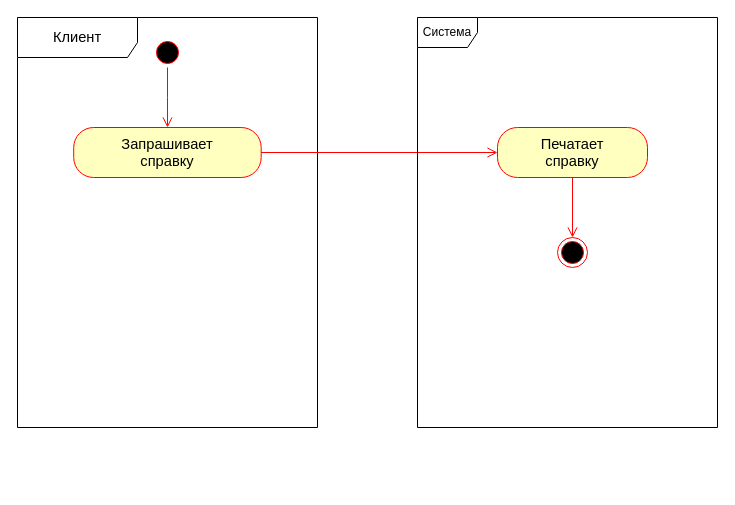
Before: page "Распечатать справку" (3 of 5) of папс/Банкомат/Банкомат Активность.drawio in KvoERR/pnrpu-3rd-year, a draw.io diagram. Source tidied: cells renumbered, new cells numbered last; positions are measured from the earlier drawing's top-left corner, leaving out a move shared by most shapes. Both pictures are drawn from the tidied source at 100%, with x=0, y=0 at pixel (17, 17).
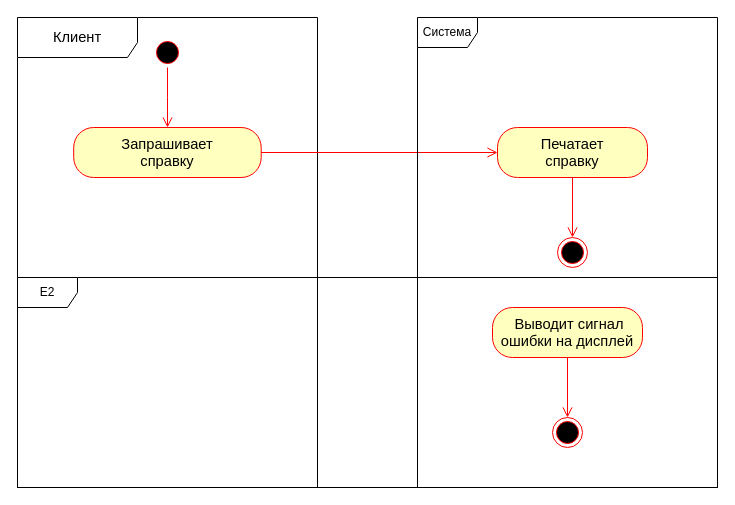
Above is the later version.

Diff of the diagram source:
```diff
@@
 <mxGraphModel>
   <root>
     <mxCell id="0" />
     <mxCell id="1" parent="0" />
     <mxCell id="2" value="&lt;span style=&quot;font-size:11.0pt;line-height:115%;&lt;br/&gt;font-family:&amp;quot;Calibri&amp;quot;,sans-serif;mso-ascii-theme-font:minor-latin;mso-fareast-font-family:&lt;br/&gt;Calibri;mso-fareast-theme-font:minor-latin;mso-hansi-theme-font:minor-latin;&lt;br/&gt;mso-bidi-font-family:&amp;quot;Times New Roman&amp;quot;;mso-bidi-theme-font:minor-bidi;&lt;br/&gt;mso-ansi-language:RU;mso-fareast-language:EN-US;mso-bidi-language:AR-SA&quot;&gt;Клиент&lt;/span&gt;" style="shape=umlFrame;whiteSpace=wrap;html=1;width=120;height=40;" parent="1" vertex="1">
-      <mxGeometry width="300" height="410" as="geometry" />
+      <mxGeometry width="300" height="470" as="geometry" />
     </mxCell>
     <mxCell id="3" style="ellipse;html=1;shape=startState;fillColor=#000000;strokeColor=#ff0000;" parent="1" vertex="1">
       <mxGeometry x="135" y="20" width="30" height="30" as="geometry" />
     </mxCell>
     <mxCell id="4" style="edgeStyle=orthogonalEdgeStyle;html=1;verticalAlign=bottom;endArrow=open;endSize=8;strokeColor=#ff0000;rounded=0;" parent="1" edge="1" source="3">
       <mxGeometry relative="1" as="geometry">
         <mxPoint x="150" y="110" as="targetPoint" />
       </mxGeometry>
     </mxCell>
     <mxCell id="5" value="&lt;span style=&quot;font-size:11.0pt;line-height:115%;&lt;br/&gt;font-family:&amp;quot;Calibri&amp;quot;,sans-serif;mso-ascii-theme-font:minor-latin;mso-fareast-font-family:&lt;br/&gt;Calibri;mso-fareast-theme-font:minor-latin;mso-hansi-theme-font:minor-latin;&lt;br/&gt;mso-bidi-font-family:&amp;quot;Times New Roman&amp;quot;;mso-bidi-theme-font:minor-bidi;&lt;br/&gt;mso-ansi-language:RU;mso-fareast-language:EN-US;mso-bidi-language:AR-SA&quot;&gt;Запрашивает&lt;br/&gt;справку&lt;/span&gt;" style="rounded=1;whiteSpace=wrap;html=1;arcSize=40;fontColor=#000000;fillColor=#ffffc0;strokeColor=#ff0000;" parent="1" vertex="1">
       <mxGeometry x="56.2" y="110" width="187.5" height="50" as="geometry" />
     </mxCell>
     <mxCell id="6" style="edgeStyle=orthogonalEdgeStyle;html=1;verticalAlign=bottom;endArrow=open;endSize=8;strokeColor=#ff0000;rounded=0;entryX=0;entryY=0.5;entryDx=0;entryDy=0;" parent="1" edge="1" source="5" target="8">
       <mxGeometry relative="1" as="geometry" />
     </mxCell>
     <mxCell id="7" value="Система" style="shape=umlFrame;whiteSpace=wrap;html=1;" parent="1" vertex="1">
-      <mxGeometry x="400" width="300" height="410" as="geometry" />
+      <mxGeometry x="400" width="300" height="470" as="geometry" />
     </mxCell>
     <mxCell id="8" value="&lt;span style=&quot;font-size:11.0pt;line-height:115%;&lt;br/&gt;font-family:&amp;quot;Calibri&amp;quot;,sans-serif;mso-ascii-theme-font:minor-latin;mso-fareast-font-family:&lt;br/&gt;Calibri;mso-fareast-theme-font:minor-latin;mso-hansi-theme-font:minor-latin;&lt;br/&gt;mso-bidi-font-family:&amp;quot;Times New Roman&amp;quot;;mso-bidi-theme-font:minor-bidi;&lt;br/&gt;mso-ansi-language:RU;mso-fareast-language:EN-US;mso-bidi-language:AR-SA&quot;&gt;Печатает&lt;br/&gt;справку&lt;/span&gt;" style="rounded=1;whiteSpace=wrap;html=1;arcSize=40;fontColor=#000000;fillColor=#ffffc0;strokeColor=#ff0000;" parent="1" vertex="1">
       <mxGeometry x="480" y="110" width="150" height="50" as="geometry" />
     </mxCell>
     <mxCell id="9" style="edgeStyle=orthogonalEdgeStyle;html=1;verticalAlign=bottom;endArrow=open;endSize=8;strokeColor=#ff0000;rounded=0;entryX=0.5;entryY=0;entryDx=0;entryDy=0;" parent="1" edge="1" source="8" target="10">
       <mxGeometry relative="1" as="geometry" />
     </mxCell>
     <mxCell id="10" style="ellipse;html=1;shape=endState;fillColor=#000000;strokeColor=#ff0000;" parent="1" vertex="1">
       <mxGeometry x="540" y="220" width="30" height="30" as="geometry" />
     </mxCell>
+    <mxCell id="11" value="E2" style="shape=umlFrame;whiteSpace=wrap;html=1;" parent="1" vertex="1">
+      <mxGeometry y="260" width="700" height="210" as="geometry" />
+    </mxCell>
+    <mxCell id="12" value="&lt;span style=&quot;font-size:11.0pt;line-height:115%;&lt;br/&gt;font-family:&amp;quot;Calibri&amp;quot;,sans-serif;mso-ascii-theme-font:minor-latin;mso-fareast-font-family:&lt;br/&gt;Calibri;mso-fareast-theme-font:minor-latin;mso-hansi-theme-font:minor-latin;&lt;br/&gt;mso-bidi-font-family:&amp;quot;Times New Roman&amp;quot;;mso-bidi-theme-font:minor-bidi;&lt;br/&gt;mso-ansi-language:RU;mso-fareast-language:EN-US;mso-bidi-language:AR-SA&quot;&gt;&amp;nbsp;Выводит сигнал ошибки на дисплей&lt;/span&gt;" style="rounded=1;whiteSpace=wrap;html=1;arcSize=40;fontColor=#000000;fillColor=#ffffc0;strokeColor=#ff0000;" parent="1" vertex="1">
+      <mxGeometry x="475" y="290" width="150" height="50" as="geometry" />
+    </mxCell>
+    <mxCell id="13" style="edgeStyle=orthogonalEdgeStyle;html=1;verticalAlign=bottom;endArrow=open;endSize=8;strokeColor=#ff0000;rounded=0;entryX=0.5;entryY=0;entryDx=0;entryDy=0;" parent="1" edge="1" source="12" target="14">
+      <mxGeometry relative="1" as="geometry" />
+    </mxCell>
+    <mxCell id="14" style="ellipse;html=1;shape=endState;fillColor=#000000;strokeColor=#ff0000;" parent="1" vertex="1">
+      <mxGeometry x="535" y="400" width="30" height="30" as="geometry" />
+    </mxCell>
   </root>
 </mxGraphModel>
```
